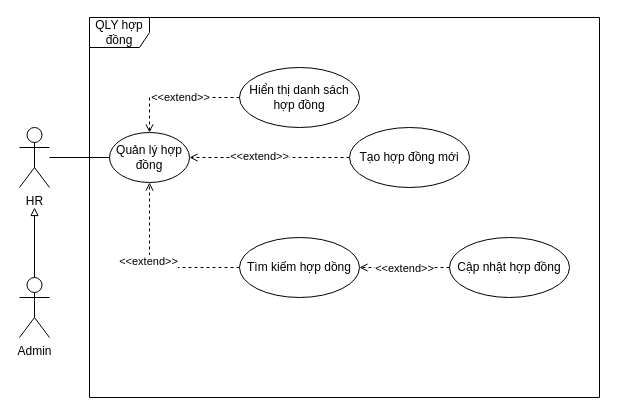
Above: QuanLyHopDongLaoDong.drawio in hoangda24312/Group4-DesigningSystem (draw.io), before the change. Source tidied: cells renumbered, new cells numbered last; positions are measured from the earlier drawing's top-left corner, leaving out a move shared by most shapes. Both pictures are drawn from the tidied source at 100%, with x=0, y=0 at pixel (19, 17).
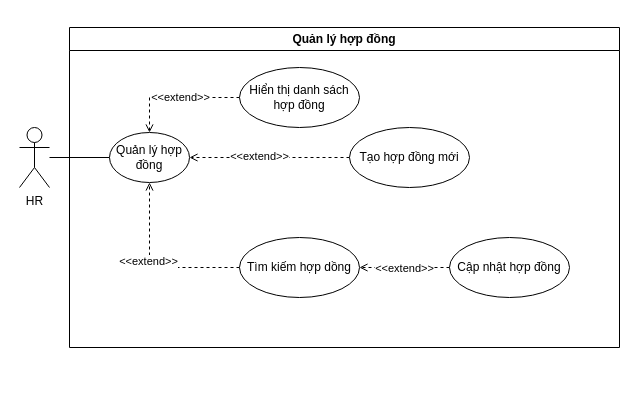
Above is the later version.

What changed in the source:
```diff
@@
-    <mxCell id="4" style="edgeStyle=orthogonalEdgeStyle;rounded=0;jettySize=auto;html=1;endArrow=block;endFill=0;" parent="1" edge="1" source="5">
-      <mxGeometry relative="1" as="geometry">
-        <mxPoint x="15" y="190" as="targetPoint" />
-      </mxGeometry>
-    </mxCell>
-    <mxCell id="5" value="Admin" style="shape=umlActor;verticalLabelPosition=bottom;verticalAlign=top;html=1;outlineConnect=0;" parent="1" vertex="1">
-      <mxGeometry y="260" width="30" height="60" as="geometry" />
-    </mxCell>
@@
-    <mxCell id="19" value="QLY hợp đồng" style="shape=umlFrame;whiteSpace=wrap;html=1;" parent="1" vertex="1">
-      <mxGeometry x="70" width="510" height="380" as="geometry" />
-    </mxCell>
+    <mxCell id="20" value="Quản lý hợp đồng" style="swimlane;whiteSpace=wrap;html=1;" parent="1" vertex="1">
+      <mxGeometry x="50" y="10" width="550" height="320" as="geometry" />
+    </mxCell>
```
